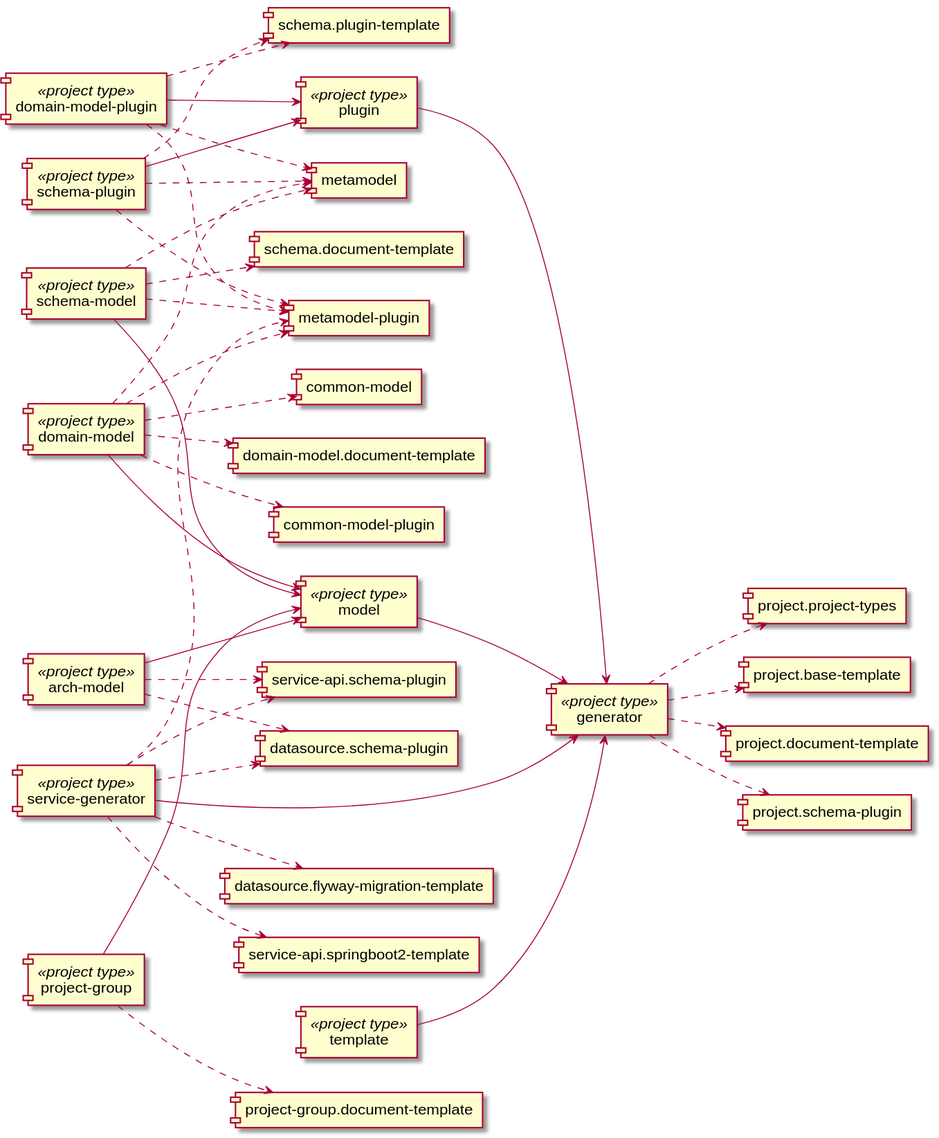
laplacian-core/project-group.project-template keeps this PlantUML diagram as doc/image/project-dependency-graph.svg. Above is the earlier version.
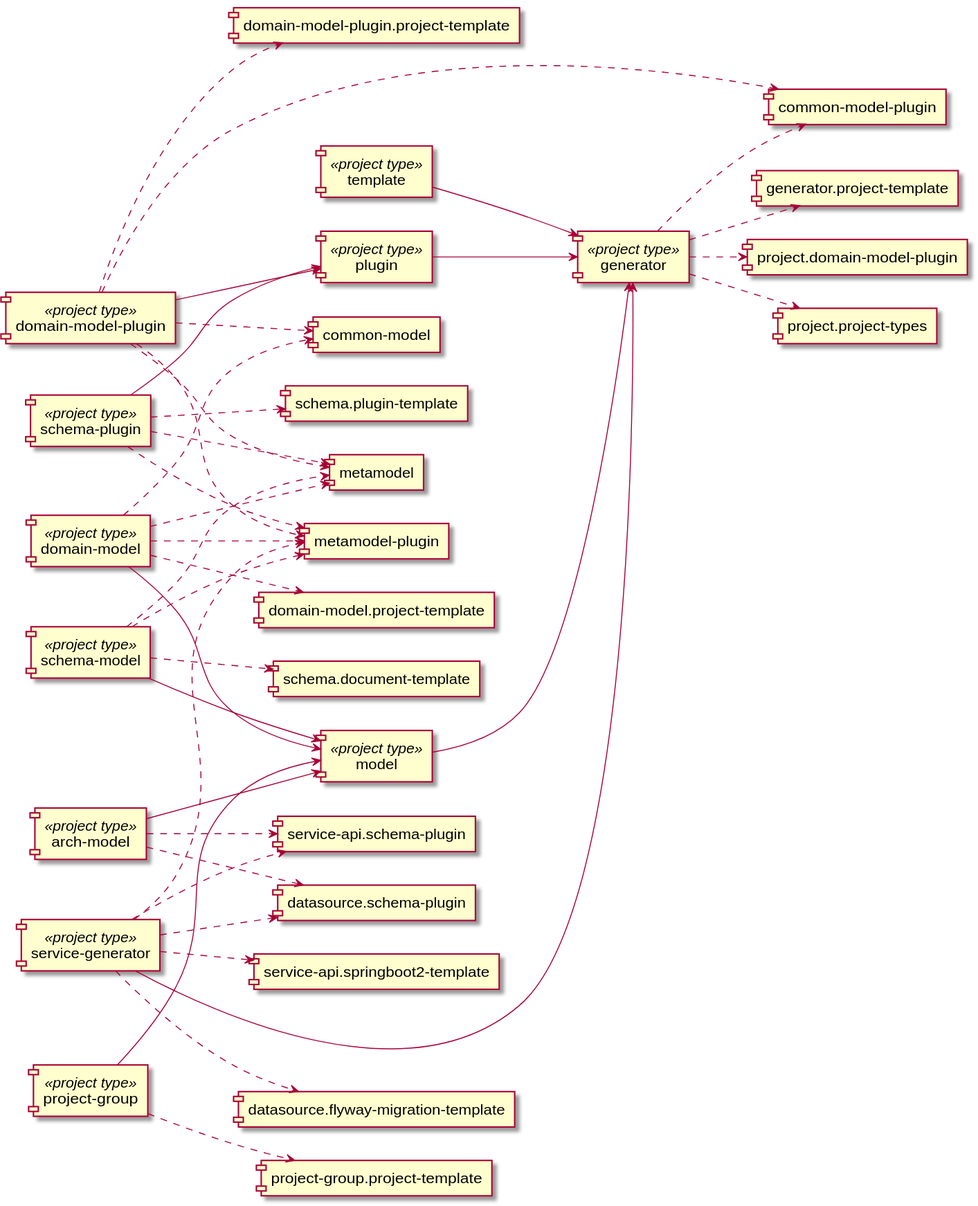
Above is the later version.

The edit, as a diff of the source:
```diff
@@ -33,23 +33,24 @@
   [arch-model] ..> [service-api.schema-plugin]
 
   [domain-model-plugin] ..> [metamodel]
-  [domain-model-plugin] ..> [schema.plugin-template]
+  [domain-model-plugin] ..> [common-model]
+  [domain-model-plugin] ..> [domain-model-plugin.project-template]
   [domain-model-plugin] ..> [metamodel-plugin]
+  [domain-model-plugin] ..> [common-model-plugin]
 
   [domain-model] ..> [metamodel]
   [domain-model] ..> [common-model]
-  [domain-model] ..> [domain-model.document-template]
+  [domain-model] ..> [domain-model.project-template]
   [domain-model] ..> [metamodel-plugin]
-  [domain-model] ..> [common-model-plugin]
 
   [generator] ..> [project.project-types]
-  [generator] ..> [project.base-template]
-  [generator] ..> [project.document-template]
-  [generator] ..> [project.schema-plugin]
+  [generator] ..> [generator.project-template]
+  [generator] ..> [project.domain-model-plugin]
+  [generator] ..> [common-model-plugin]
 
 
 
-  [project-group] ..> [project-group.document-template]
+  [project-group] ..> [project-group.project-template]
 
   [schema-model] ..> [metamodel]
   [schema-model] ..> [schema.document-template]
```
